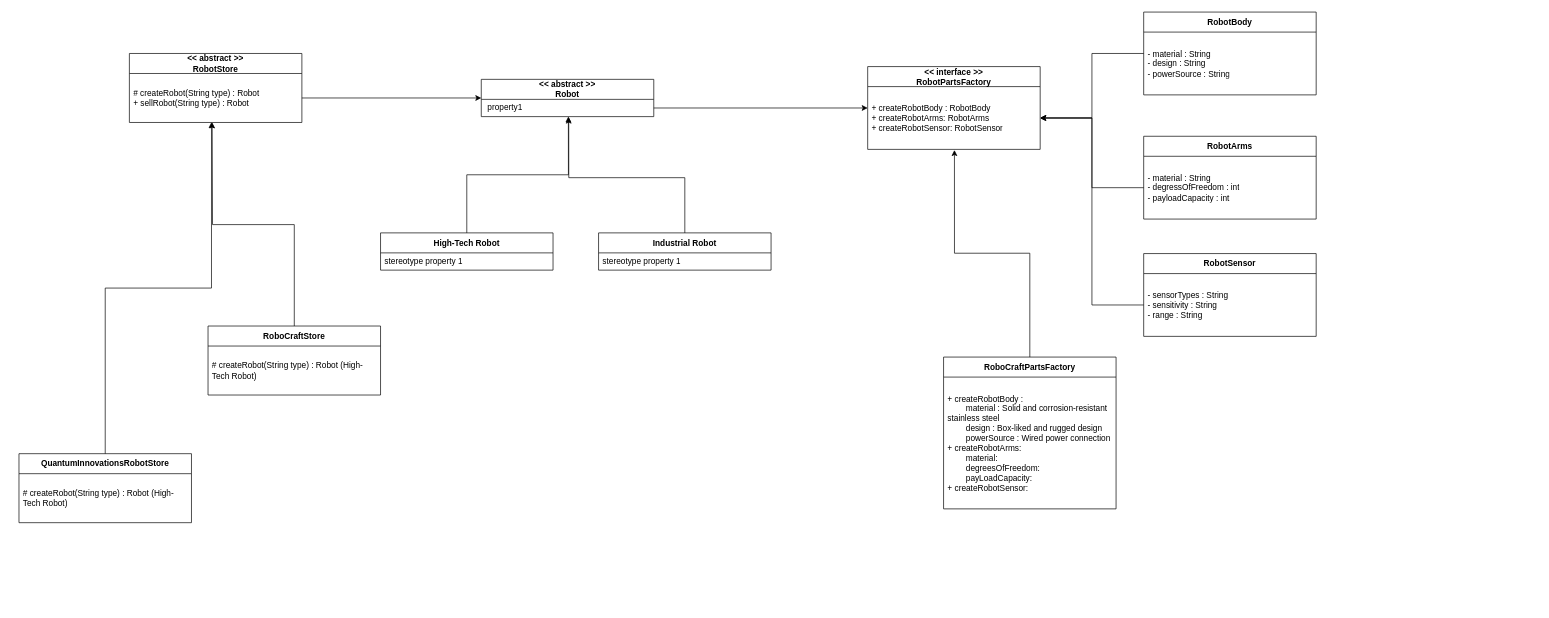
Earlier version of the draw.io diagram Abstract Factory Pattern/src/exercise2/AbstractFactoryDiagram_Exercise2.drawio (eisBlume0901/Design-Patterns-Playground). Source tidied: cells renumbered, new cells numbered last; positions are measured from the earlier drawing's top-left corner, leaving out a move shared by most shapes. Both pictures are drawn from the tidied source at 69%, with x=0, y=0 at pixel (19, 12).
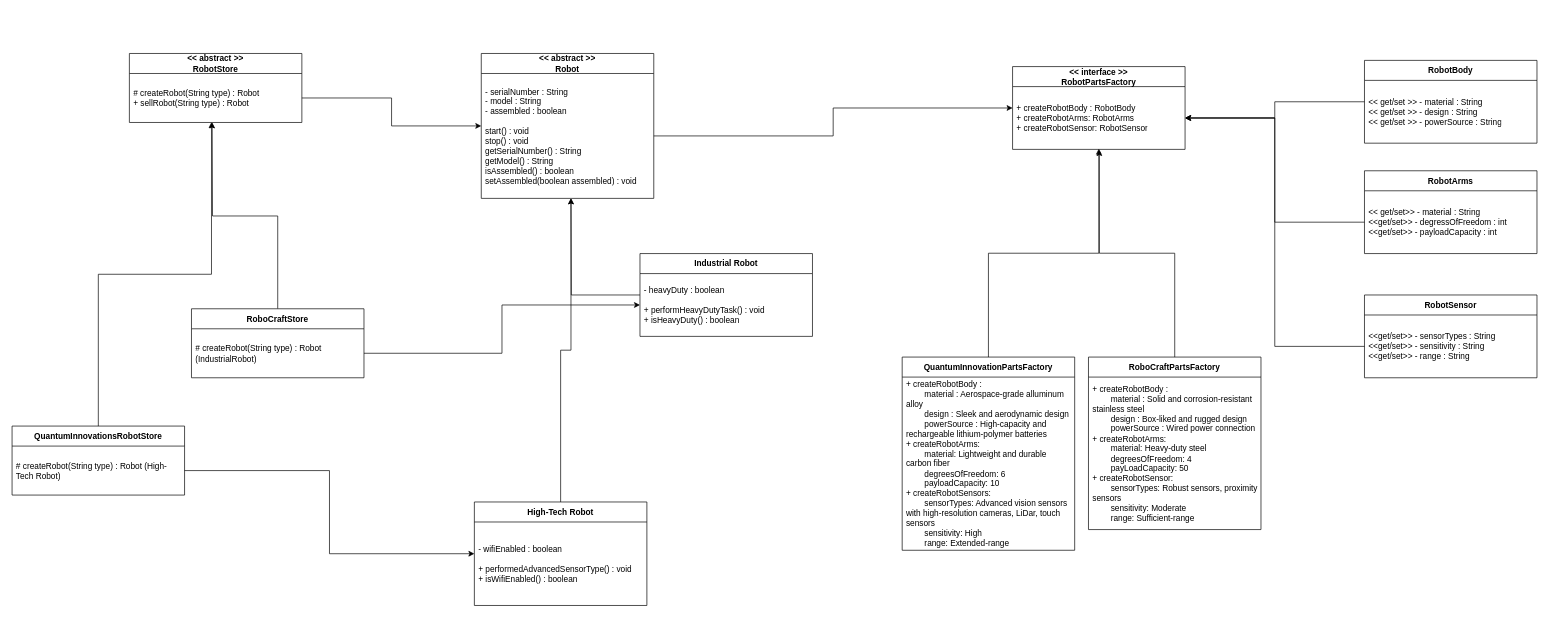
After the change.

Unchanged cells that the change refers to:
```xml
<mxCell id="5" value="# createRobot(String type) : Robot (High-Tech Robot)" style="text;html=1;strokeColor=none;fillColor=none;align=left;verticalAlign=middle;spacingLeft=4;spacingRight=4;overflow=hidden;points=[[0,0.5],[1,0.5]];portConstraint=eastwest;whiteSpace=wrap;" parent="4" vertex="1">
  <mxGeometry y="29" width="250" height="71" as="geometry" />
</mxCell>
<mxCell id="11" value="+ createRobotBody : RobotBody&lt;br&gt;+ createRobotArms: RobotArms&lt;br&gt;+ createRobotSensor: RobotSensor" style="text;html=1;strokeColor=none;fillColor=none;align=left;verticalAlign=middle;spacingLeft=4;spacingRight=4;overflow=hidden;points=[[0,0.5],[1,0.5]];portConstraint=eastwest;whiteSpace=wrap;" parent="10" vertex="1">
  <mxGeometry y="29" width="250" height="91" as="geometry" />
</mxCell>
```

What changed in the source:
```diff
@@
     <mxCell id="4" value="QuantumInnovationsRobotStore" style="swimlane;fontStyle=1;align=center;verticalAlign=middle;horizontal=1;startSize=29;html=1;whiteSpace=wrap;" parent="1" vertex="1">
-      <mxGeometry y="640" width="250" height="100" as="geometry" />
+      <mxGeometry x="-10" y="600" width="250" height="100" as="geometry" />
     </mxCell>
@@
     <mxCell id="6" value="&amp;lt;&amp;lt; abstract &amp;gt;&amp;gt;&lt;br&gt;Robot" style="swimlane;fontStyle=1;align=center;verticalAlign=middle;horizontal=1;startSize=29;html=1;whiteSpace=wrap;" parent="1" vertex="1">
-      <mxGeometry x="670" y="97.5" width="250" height="54" as="geometry" />
+      <mxGeometry x="670" y="60" width="250" height="210" as="geometry" />
     </mxCell>
-    <mxCell id="7" value="&amp;nbsp;property1" style="text;html=1;strokeColor=none;fillColor=none;align=left;verticalAlign=middle;spacingLeft=4;spacingRight=4;overflow=hidden;points=[[0,0.5],[1,0.5]];portConstraint=eastwest;whiteSpace=wrap;" parent="6" vertex="1">
-      <mxGeometry y="29" width="250" height="25" as="geometry" />
+    <mxCell id="7" value="- serialNumber : String&lt;br&gt;- model : String&lt;br&gt;- assembled : boolean&lt;br&gt;&lt;br&gt;start() : void&lt;br&gt;stop() : void&lt;br&gt;getSerialNumber() : String&lt;br&gt;getModel() : String&lt;br&gt;isAssembled() : boolean&lt;br&gt;setAssembled(boolean assembled) : void&amp;nbsp;" style="text;html=1;strokeColor=none;fillColor=none;align=left;verticalAlign=middle;spacingLeft=4;spacingRight=4;overflow=hidden;points=[[0,0.5],[1,0.5]];portConstraint=eastwest;whiteSpace=wrap;" parent="6" vertex="1">
+      <mxGeometry y="29" width="250" height="181" as="geometry" />
     </mxCell>
     <mxCell id="8" value="High-Tech Robot" style="swimlane;fontStyle=1;align=center;verticalAlign=middle;horizontal=1;startSize=29;html=1;whiteSpace=wrap;" parent="1" vertex="1">
-      <mxGeometry x="524" y="320" width="250" height="54" as="geometry" />
+      <mxGeometry x="660" y="710" width="250" height="150" as="geometry" />
     </mxCell>
-    <mxCell id="9" value="stereotype property 1" style="text;html=1;strokeColor=none;fillColor=none;align=left;verticalAlign=middle;spacingLeft=4;spacingRight=4;overflow=hidden;whiteSpace=wrap;" parent="8" vertex="1">
-      <mxGeometry y="29" width="250" height="25" as="geometry" />
+    <mxCell id="9" value="- wifiEnabled : boolean&lt;br&gt;&lt;br&gt;+ performedAdvancedSensorType() : void&lt;br&gt;+ isWifiEnabled() : boolean" style="text;html=1;strokeColor=none;fillColor=none;align=left;verticalAlign=middle;spacingLeft=4;spacingRight=4;overflow=hidden;whiteSpace=wrap;" parent="8" vertex="1">
+      <mxGeometry y="29" width="250" height="121" as="geometry" />
     </mxCell>
     <mxCell id="10" value="&amp;lt;&amp;lt; interface &amp;gt;&amp;gt;&lt;br&gt;RobotPartsFactory" style="swimlane;fontStyle=1;align=center;verticalAlign=middle;horizontal=1;startSize=29;html=1;whiteSpace=wrap;" parent="1" vertex="1">
-      <mxGeometry x="1230" y="79" width="250" height="120" as="geometry" />
+      <mxGeometry x="1440" y="79" width="250" height="120" as="geometry" />
     </mxCell>
@@
     <mxCell id="12" value="RoboCraftPartsFactory" style="swimlane;fontStyle=1;align=center;verticalAlign=middle;horizontal=1;startSize=29;html=1;whiteSpace=wrap;" parent="1" vertex="1">
-      <mxGeometry x="1340" y="500" width="250" height="220" as="geometry" />
+      <mxGeometry x="1550" y="500" width="250" height="250" as="geometry" />
     </mxCell>
-    <mxCell id="13" value="+ createRobotBody :&amp;nbsp;&lt;br&gt;&lt;span style=&quot;white-space: pre;&quot;&gt;&#9;&lt;/span&gt;material : Solid and corrosion-resistant stainless steel&lt;br&gt;&lt;span style=&quot;white-space: pre;&quot;&gt;&#9;&lt;/span&gt;design : Box-liked and rugged design&lt;br&gt;&lt;span style=&quot;white-space: pre;&quot;&gt;&#9;&lt;/span&gt;powerSource : Wired power connection&lt;br&gt;+ createRobotArms: &lt;br&gt;&lt;span style=&quot;white-space: pre;&quot;&gt;&#9;&lt;/span&gt;material:&amp;nbsp;&lt;br&gt;&lt;span style=&quot;white-space: pre;&quot;&gt;&#9;&lt;/span&gt;degreesOfFreedom:&lt;br&gt;&lt;span style=&quot;white-space: pre;&quot;&gt;&#9;&lt;/span&gt;payLoadCapacity:&lt;br&gt;+ createRobotSensor:" style="text;html=1;strokeColor=none;fillColor=none;align=left;verticalAlign=middle;spacingLeft=4;spacingRight=4;overflow=hidden;whiteSpace=wrap;" parent="12" vertex="1">
-      <mxGeometry y="29" width="250" height="191" as="geometry" />
+    <mxCell id="13" value="+ createRobotBody :&amp;nbsp;&lt;br&gt;&lt;span style=&quot;white-space: pre;&quot;&gt;&#9;&lt;/span&gt;material : Solid and corrosion-resistant stainless steel&lt;br&gt;&lt;span style=&quot;white-space: pre;&quot;&gt;&#9;&lt;/span&gt;design : Box-liked and rugged design&lt;br&gt;&lt;span style=&quot;white-space: pre;&quot;&gt;&#9;&lt;/span&gt;powerSource : Wired power connection&lt;br&gt;+ createRobotArms: &lt;br&gt;&lt;span style=&quot;white-space: pre;&quot;&gt;&#9;&lt;/span&gt;material: Heavy-duty steel&lt;br&gt;&lt;span style=&quot;white-space: pre;&quot;&gt;&#9;&lt;/span&gt;degreesOfFreedom: 4&lt;br&gt;&lt;span style=&quot;white-space: pre;&quot;&gt;&#9;&lt;/span&gt;payLoadCapacity: 50&lt;br&gt;+ createRobotSensor:&amp;nbsp;&lt;br&gt;&lt;span style=&quot;white-space: pre;&quot;&gt;&#9;&lt;/span&gt;sensorTypes: Robust sensors, proximity sensors&lt;br&gt;&lt;span style=&quot;white-space: pre;&quot;&gt;&#9;&lt;/span&gt;sensitivity: Moderate&lt;br&gt;&lt;span style=&quot;white-space: pre;&quot;&gt;&#9;&lt;/span&gt;range: Sufficient-range&amp;nbsp;" style="text;html=1;strokeColor=none;fillColor=none;align=left;verticalAlign=middle;spacingLeft=4;spacingRight=4;overflow=hidden;whiteSpace=wrap;" parent="12" vertex="1">
+      <mxGeometry y="29" width="250" height="221" as="geometry" />
     </mxCell>
@@
     <mxCell id="17" value="RobotBody" style="swimlane;fontStyle=1;align=center;verticalAlign=middle;horizontal=1;startSize=29;html=1;whiteSpace=wrap;" parent="1" vertex="1">
-      <mxGeometry x="1630" width="250" height="120" as="geometry" />
+      <mxGeometry x="1950" y="70" width="250" height="120" as="geometry" />
     </mxCell>
-    <mxCell id="18" value="- material : String&lt;br style=&quot;border-color: var(--border-color);&quot;&gt;- design : String&lt;br style=&quot;border-color: var(--border-color);&quot;&gt;- powerSource : String" style="text;html=1;strokeColor=none;fillColor=none;align=left;verticalAlign=middle;spacingLeft=4;spacingRight=4;overflow=hidden;whiteSpace=wrap;" parent="17" vertex="1">
+    <mxCell id="18" value="&amp;lt;&amp;lt; get/set &amp;gt;&amp;gt; - material : String&lt;br&gt;&amp;lt;&amp;lt; get/set &amp;gt;&amp;gt; - design : String&lt;br&gt;&amp;lt;&amp;lt; get/set &amp;gt;&amp;gt; - powerSource : String" style="text;html=1;strokeColor=none;fillColor=none;align=left;verticalAlign=middle;spacingLeft=4;spacingRight=4;overflow=hidden;whiteSpace=wrap;" parent="17" vertex="1">
       <mxGeometry y="29" width="250" height="91" as="geometry" />
     </mxCell>
@@
     <mxCell id="20" value="RobotArms" style="swimlane;fontStyle=1;align=center;verticalAlign=middle;horizontal=1;startSize=29;html=1;whiteSpace=wrap;" parent="1" vertex="1">
-      <mxGeometry x="1630" y="180" width="250" height="120" as="geometry" />
+      <mxGeometry x="1950" y="230" width="250" height="120" as="geometry" />
     </mxCell>
-    <mxCell id="21" value="- material : String&lt;br style=&quot;border-color: var(--border-color);&quot;&gt;- degressOfFreedom : int&lt;br style=&quot;border-color: var(--border-color);&quot;&gt;- payloadCapacity : int" style="text;html=1;strokeColor=none;fillColor=none;align=left;verticalAlign=middle;spacingLeft=4;spacingRight=4;overflow=hidden;points=[[0,0.5],[1,0.5]];portConstraint=eastwest;whiteSpace=wrap;" parent="20" vertex="1">
+    <mxCell id="21" value="&amp;lt;&amp;lt; get/set&amp;gt;&amp;gt; - material : String&lt;br style=&quot;border-color: var(--border-color);&quot;&gt;&amp;lt;&amp;lt;get/set&amp;gt;&amp;gt; - degressOfFreedom : int&lt;br style=&quot;border-color: var(--border-color);&quot;&gt;&amp;lt;&amp;lt;get/set&amp;gt;&amp;gt; - payloadCapacity : int" style="text;html=1;strokeColor=none;fillColor=none;align=left;verticalAlign=middle;spacingLeft=4;spacingRight=4;overflow=hidden;points=[[0,0.5],[1,0.5]];portConstraint=eastwest;whiteSpace=wrap;" parent="20" vertex="1">
       <mxGeometry y="29" width="250" height="91" as="geometry" />
     </mxCell>
@@
     <mxCell id="23" value="RobotSensor" style="swimlane;fontStyle=1;align=center;verticalAlign=middle;horizontal=1;startSize=29;html=1;whiteSpace=wrap;" parent="1" vertex="1">
-      <mxGeometry x="1630" y="350" width="250" height="120" as="geometry" />
+      <mxGeometry x="1950" y="410" width="250" height="120" as="geometry" />
     </mxCell>
-    <mxCell id="24" value="- sensorTypes : String&lt;br&gt;- sensitivity : String&lt;br&gt;- range : String" style="text;html=1;strokeColor=none;fillColor=none;align=left;verticalAlign=middle;spacingLeft=4;spacingRight=4;overflow=hidden;points=[[0,0.5],[1,0.5]];portConstraint=eastwest;whiteSpace=wrap;" parent="23" vertex="1">
+    <mxCell id="24" value="&amp;lt;&amp;lt;get/set&amp;gt;&amp;gt; - sensorTypes : String&lt;br&gt;&amp;lt;&amp;lt;get/set&amp;gt;&amp;gt; - sensitivity : String&lt;br&gt;&amp;lt;&amp;lt;get/set&amp;gt;&amp;gt; - range : String" style="text;html=1;strokeColor=none;fillColor=none;align=left;verticalAlign=middle;spacingLeft=4;spacingRight=4;overflow=hidden;points=[[0,0.5],[1,0.5]];portConstraint=eastwest;whiteSpace=wrap;" parent="23" vertex="1">
       <mxGeometry y="29" width="250" height="91" as="geometry" />
     </mxCell>
@@
     <mxCell id="27" value="RoboCraftStore" style="swimlane;fontStyle=1;align=center;verticalAlign=middle;horizontal=1;startSize=29;html=1;whiteSpace=wrap;" parent="1" vertex="1">
-      <mxGeometry x="274" y="455" width="250" height="100" as="geometry" />
+      <mxGeometry x="250" y="430" width="250" height="100" as="geometry" />
     </mxCell>
-    <mxCell id="28" value="# createRobot(String type) : Robot (High-Tech Robot)" style="text;html=1;strokeColor=none;fillColor=none;align=left;verticalAlign=middle;spacingLeft=4;spacingRight=4;overflow=hidden;points=[[0,0.5],[1,0.5]];portConstraint=eastwest;whiteSpace=wrap;" parent="27" vertex="1">
+    <mxCell id="28" value="# createRobot(String type) : Robot (IndustrialRobot)" style="text;html=1;strokeColor=none;fillColor=none;align=left;verticalAlign=middle;spacingLeft=4;spacingRight=4;overflow=hidden;points=[[0,0.5],[1,0.5]];portConstraint=eastwest;whiteSpace=wrap;" parent="27" vertex="1">
       <mxGeometry y="29" width="250" height="71" as="geometry" />
     </mxCell>
@@
+    <mxCell id="34" style="edgeStyle=orthogonalEdgeStyle;rounded=0;jettySize=auto;html=1;" parent="1" edge="1" source="30">
+      <mxGeometry relative="1" as="geometry">
+        <mxPoint x="800" y="270" as="targetPoint" />
+      </mxGeometry>
+    </mxCell>
     <mxCell id="30" value="Industrial Robot" style="swimlane;fontStyle=1;align=center;verticalAlign=middle;horizontal=1;startSize=29;html=1;whiteSpace=wrap;" parent="1" vertex="1">
-      <mxGeometry x="840" y="320" width="250" height="54" as="geometry" />
+      <mxGeometry x="900" y="350" width="250" height="120" as="geometry" />
     </mxCell>
-    <mxCell id="31" value="stereotype property 1" style="text;html=1;strokeColor=none;fillColor=none;align=left;verticalAlign=middle;spacingLeft=4;spacingRight=4;overflow=hidden;points=[[0,0.5],[1,0.5]];portConstraint=eastwest;whiteSpace=wrap;" parent="30" vertex="1">
-      <mxGeometry y="29" width="250" height="25" as="geometry" />
+    <mxCell id="31" value="- heavyDuty : boolean&lt;br&gt;&lt;br&gt;+ performHeavyDutyTask() : void&lt;br&gt;+ isHeavyDuty() : boolean" style="text;html=1;strokeColor=none;fillColor=none;align=left;verticalAlign=middle;spacingLeft=4;spacingRight=4;overflow=hidden;points=[[0,0.5],[1,0.5]];portConstraint=eastwest;whiteSpace=wrap;" parent="30" vertex="1">
+      <mxGeometry y="29" width="250" height="91" as="geometry" />
     </mxCell>
+    <mxCell id="35" value="QuantumInnovationPartsFactory" style="swimlane;fontStyle=1;align=center;verticalAlign=middle;horizontal=1;startSize=29;html=1;whiteSpace=wrap;" parent="1" vertex="1">
+      <mxGeometry x="1280" y="500" width="250" height="280" as="geometry" />
+    </mxCell>
+    <mxCell id="36" value="+ createRobotBody :&amp;nbsp;&lt;br&gt;&lt;span style=&quot;white-space: pre;&quot;&gt;&#9;&lt;/span&gt;material : Aerospace-grade alluminum alloy&lt;br&gt;&lt;span style=&quot;white-space: pre;&quot;&gt;&#9;&lt;/span&gt;design : Sleek and aerodynamic design&lt;br&gt;&lt;span style=&quot;white-space: pre;&quot;&gt;&#9;&lt;/span&gt;powerSource : High-capacity and rechargeable lithium-polymer batteries&lt;br&gt;+ createRobotArms:&lt;br&gt;&lt;span style=&quot;white-space: pre;&quot;&gt;&#9;&lt;/span&gt;material: Lightweight and durable carbon fiber&lt;br&gt;&lt;span style=&quot;white-space: pre;&quot;&gt;&#9;&lt;/span&gt;degreesOfFreedom: 6&lt;br&gt;&lt;span style=&quot;white-space: pre;&quot;&gt;&#9;&lt;/span&gt;payloadCapacity: 10&lt;br&gt;+ createRobotSensors:&lt;br&gt;&lt;span style=&quot;white-space: pre;&quot;&gt;&#9;&lt;/span&gt;sensorTypes: Advanced vision sensors with high-resolution cameras, LiDar, touch sensors&lt;br&gt;&lt;span style=&quot;white-space: pre;&quot;&gt;&#9;&lt;/span&gt;sensitivity: High&lt;br&gt;&lt;span style=&quot;white-space: pre;&quot;&gt;&#9;&lt;/span&gt;range: Extended-range" style="text;html=1;strokeColor=none;fillColor=none;align=left;verticalAlign=middle;spacingLeft=4;spacingRight=4;overflow=hidden;whiteSpace=wrap;" parent="35" vertex="1">
+      <mxGeometry y="29" width="250" height="251" as="geometry" />
+    </mxCell>
+    <mxCell id="37" style="edgeStyle=orthogonalEdgeStyle;rounded=0;jettySize=auto;html=1;entryX=0.5;entryY=0.989;entryDx=0;entryDy=0;entryPerimeter=0;" parent="1" edge="1" source="35" target="11">
+      <mxGeometry relative="1" as="geometry" />
+    </mxCell>
+    <mxCell id="38" style="edgeStyle=orthogonalEdgeStyle;rounded=0;jettySize=auto;html=1;entryX=0;entryY=0.5;entryDx=0;entryDy=0;" parent="1" edge="1" source="5" target="8">
+      <mxGeometry relative="1" as="geometry" />
+    </mxCell>
-    <mxCell id="32" style="edgeStyle=orthogonalEdgeStyle;rounded=0;jettySize=auto;html=1;entryX=0.505;entryY=0.991;entryDx=0;entryDy=0;entryPerimeter=0;" parent="1" edge="1" source="8" target="7">
+    <mxCell id="32" style="edgeStyle=orthogonalEdgeStyle;rounded=0;jettySize=auto;html=1;exitX=0.5;exitY=0;exitDx=0;exitDy=0;entryX=0.52;entryY=1;entryDx=0;entryDy=0;entryPerimeter=0;" parent="1" edge="1" source="8" target="7">
       <mxGeometry relative="1" as="geometry" />
     </mxCell>
-    <mxCell id="33" style="edgeStyle=orthogonalEdgeStyle;rounded=0;jettySize=auto;html=1;entryX=0.507;entryY=1.06;entryDx=0;entryDy=0;entryPerimeter=0;" parent="1" edge="1" source="30" target="7">
-      <mxGeometry relative="1" as="geometry">
-        <Array as="points">
-          <mxPoint x="965" y="240" />
-          <mxPoint x="797" y="240" />
-        </Array>
-      </mxGeometry>
-    </mxCell>
+    <mxCell id="39" style="edgeStyle=orthogonalEdgeStyle;rounded=0;jettySize=auto;html=1;exitX=1;exitY=0.5;exitDx=0;exitDy=0;" parent="1" edge="1" source="28" target="31">
+      <mxGeometry relative="1" as="geometry" />
+    </mxCell>
```
